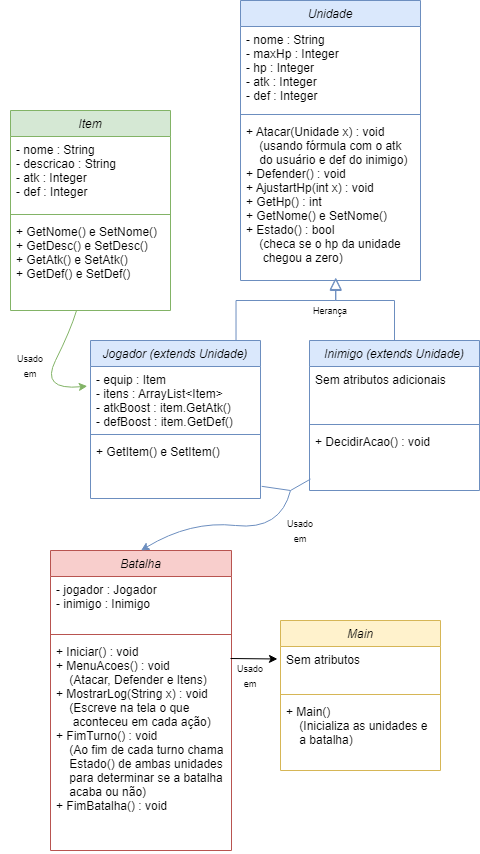
The draw.io diagram diagrama.png in bunny-sammy/Simple-Java-Battle-System, before a commit. Source tidied: cells renumbered, new cells last; positions are measured from the earlier drawing's top-left corner, leaving out a move shared by most shapes.
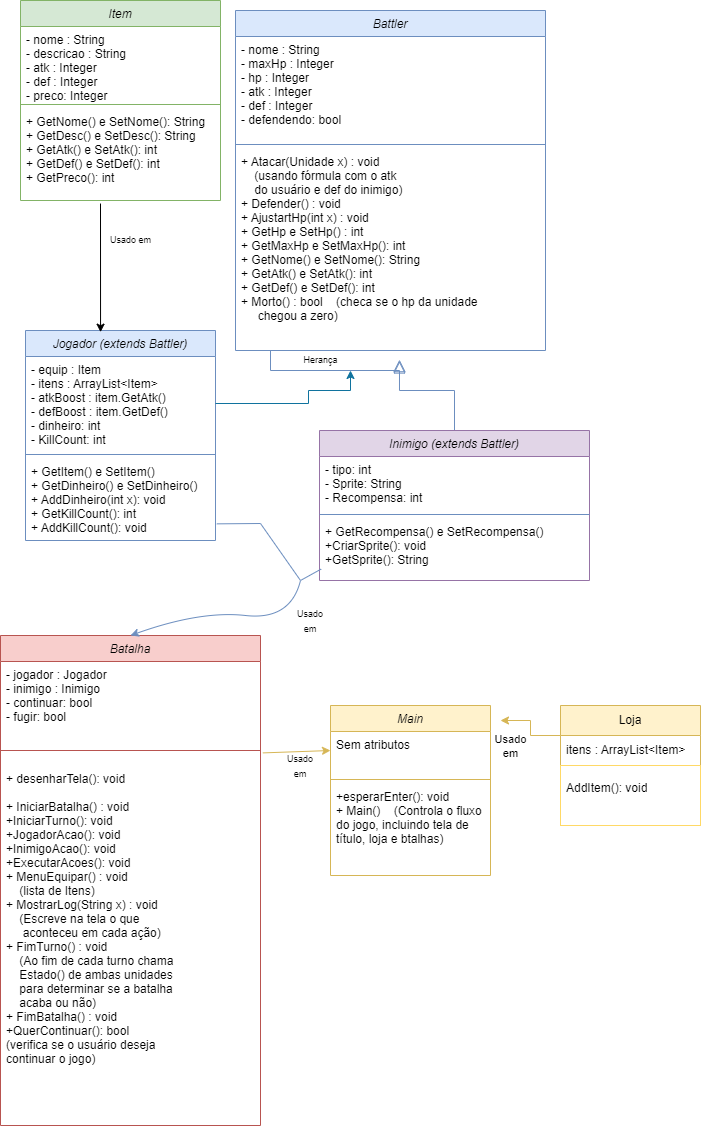
Later version of the same file.

The edit, as a diff of the source:
```diff
@@ -2,13 +2,6 @@
   <root>
     <mxCell id="0" />
     <mxCell id="1" parent="0" />
-    <mxCell id="2" style="endArrow=block;endSize=10;endFill=0;shadow=0;strokeWidth=1;rounded=0;edgeStyle=elbowEdgeStyle;elbow=vertical;exitX=0.856;exitY=0.001;exitDx=0;exitDy=0;entryX=0.529;entryY=1.052;entryDx=0;entryDy=0;entryPerimeter=0;exitPerimeter=0;fillColor=#dae8fc;strokeColor=#6c8ebf;" parent="1" edge="1" source="12" target="11">
-      <mxGeometry relative="1" as="geometry">
-        <Array as="points">
-          <mxPoint x="240" y="300" />
-        </Array>
-      </mxGeometry>
-    </mxCell>
     <mxCell id="3" style="endArrow=block;endSize=10;endFill=0;shadow=0;strokeWidth=1;rounded=0;edgeStyle=elbowEdgeStyle;elbow=vertical;exitX=0.5;exitY=0;exitDx=0;exitDy=0;entryX=0.529;entryY=1.045;entryDx=0;entryDy=0;entryPerimeter=0;fillColor=#dae8fc;strokeColor=#6c8ebf;" parent="1" edge="1" source="16" target="11">
       <mxGeometry relative="1" as="geometry">
         <Array as="points">
@@ -17,76 +10,74 @@
       </mxGeometry>
     </mxCell>
     <mxCell id="4" value="Item" style="swimlane;fontStyle=2;align=center;verticalAlign=top;horizontal=1;startSize=26;rounded=0;shadow=0;strokeWidth=1;fillColor=#d5e8d4;strokeColor=#82b366;" parent="1" vertex="1">
-      <mxGeometry x="10" y="110" width="160" height="200" as="geometry" />
+      <mxGeometry x="10" y="-90" width="200" height="200" as="geometry" />
     </mxCell>
-    <mxCell id="5" value="- nome : String&#10;- descricao : String&#10;- atk : Integer&#10;- def : Integer" style="text;align=left;verticalAlign=top;spacingLeft=4;spacingRight=4;overflow=hidden;rounded=0;shadow=0;html=0;" parent="4" vertex="1">
-      <mxGeometry y="26" width="160" height="74" as="geometry" />
+    <mxCell id="5" value="- nome : String&#10;- descricao : String&#10;- atk : Integer&#10;- def : Integer&#10;- preco: Integer&#10;" style="text;align=left;verticalAlign=top;spacingLeft=4;spacingRight=4;overflow=hidden;rounded=0;shadow=0;html=0;" parent="4" vertex="1">
+      <mxGeometry y="26" width="200" height="74" as="geometry" />
     </mxCell>
     <mxCell id="6" style="line;html=1;strokeWidth=1;align=left;verticalAlign=middle;spacingTop=-1;spacingLeft=3;spacingRight=3;labelPosition=right;fillColor=#d5e8d4;strokeColor=#82b366;" parent="4" vertex="1">
-      <mxGeometry y="100" width="160" height="8" as="geometry" />
+      <mxGeometry y="100" width="200" height="8" as="geometry" />
     </mxCell>
-    <mxCell id="7" value="+ GetNome() e SetNome()&#10;+ GetDesc() e SetDesc()&#10;+ GetAtk() e SetAtk()&#10;+ GetDef() e SetDef()" style="text;align=left;verticalAlign=top;spacingLeft=4;spacingRight=4;overflow=hidden;points=[[0,0.5],[1,0.5]];portConstraint=eastwest;" parent="4" vertex="1">
-      <mxGeometry y="108" width="160" height="92" as="geometry" />
-    </mxCell>
-    <mxCell id="8" value="Unidade" style="swimlane;fontStyle=2;align=center;verticalAlign=top;horizontal=1;startSize=26;rounded=0;shadow=0;strokeWidth=1;fillColor=#dae8fc;strokeColor=#6c8ebf;" parent="1" vertex="1">
-      <mxGeometry x="240" width="180" height="280" as="geometry" />
+    <mxCell id="8" value="Battler" style="swimlane;fontStyle=2;align=center;verticalAlign=top;horizontal=1;startSize=26;rounded=0;shadow=0;strokeWidth=1;fillColor=#dae8fc;strokeColor=#6c8ebf;" parent="1" vertex="1">
+      <mxGeometry x="225" y="-80" width="310" height="340" as="geometry" />
     </mxCell>
-    <mxCell id="9" value="- nome : String&#10;- maxHp : Integer&#10;- hp : Integer&#10;- atk : Integer&#10;- def : Integer" style="text;align=left;verticalAlign=top;spacingLeft=4;spacingRight=4;overflow=hidden;rounded=0;shadow=0;html=0;" parent="8" vertex="1">
-      <mxGeometry y="26" width="180" height="84" as="geometry" />
+    <mxCell id="9" value="- nome : String&#10;- maxHp : Integer&#10;- hp : Integer&#10;- atk : Integer&#10;- def : Integer&#10;- defendendo: bool &#10;&#10;" style="text;align=left;verticalAlign=top;spacingLeft=4;spacingRight=4;overflow=hidden;rounded=0;shadow=0;html=0;" parent="8" vertex="1">
+      <mxGeometry y="26" width="310" height="104" as="geometry" />
     </mxCell>
     <mxCell id="10" style="line;html=1;strokeWidth=1;align=left;verticalAlign=middle;spacingTop=-1;spacingLeft=3;spacingRight=3;labelPosition=right;fillColor=#dae8fc;strokeColor=#6c8ebf;" parent="8" vertex="1">
-      <mxGeometry y="110" width="180" height="8" as="geometry" />
+      <mxGeometry y="130" width="310" height="8" as="geometry" />
     </mxCell>
-    <mxCell id="11" value="+ Atacar(Unidade x) : void&#10;    (usando fórmula com o atk&#10;    do usuário e def do inimigo)&#10;+ Defender() : void&#10;+ AjustartHp(int x) : void&#10;+ GetHp() : int&#10;+ GetNome() e SetNome()&#10;+ Estado() : bool&#10;    (checa se o hp da unidade&#10;     chegou a zero)" style="text;align=left;verticalAlign=top;spacingLeft=4;spacingRight=4;overflow=hidden;points=[[0,0.5],[1,0.5]];portConstraint=eastwest;" parent="8" vertex="1">
-      <mxGeometry y="118" width="180" height="152" as="geometry" />
+    <mxCell id="11" value="+ Atacar(Unidade x) : void&#10;    (usando fórmula com o atk&#10;    do usuário e def do inimigo)&#10;+ Defender() : void&#10;+ AjustartHp(int x) : void&#10;+ GetHp e SetHp() : int&#10;+ GetMaxHp e SetMaxHp(): int&#10;+ GetNome() e SetNome(): String&#10;+ GetAtk() e SetAtk(): int&#10;+ GetDef() e SetDef(): int&#10;+ Morto() : bool    (checa se o hp da unidade&#10;     chegou a zero)" style="text;align=left;verticalAlign=top;spacingLeft=4;spacingRight=4;overflow=hidden;points=[[0,0.5],[1,0.5]];portConstraint=eastwest;" parent="8" vertex="1">
+      <mxGeometry y="138" width="310" height="202" as="geometry" />
     </mxCell>
+    <mxCell id="2" style="endArrow=block;endSize=10;endFill=0;shadow=0;strokeWidth=1;rounded=0;edgeStyle=elbowEdgeStyle;elbow=vertical;entryX=0.529;entryY=1.052;entryDx=0;entryDy=0;entryPerimeter=0;fillColor=#dae8fc;strokeColor=#6c8ebf;" parent="8" edge="1" source="11" target="11">
+      <mxGeometry relative="1" as="geometry">
+        <Array as="points">
+          <mxPoint x="35" y="360" />
+          <mxPoint x="15" y="380" />
+        </Array>
+      </mxGeometry>
+    </mxCell>
-    <mxCell id="12" value="Jogador (extends Unidade)" style="swimlane;fontStyle=2;align=center;verticalAlign=top;horizontal=1;startSize=26;rounded=0;shadow=0;strokeWidth=1;fillColor=#dae8fc;strokeColor=#6c8ebf;" parent="1" vertex="1">
-      <mxGeometry x="90" y="340" width="170" height="158" as="geometry" />
+    <mxCell id="12" value="Jogador (extends Battler)" style="swimlane;fontStyle=2;align=center;verticalAlign=top;horizontal=1;startSize=26;rounded=0;shadow=0;strokeWidth=1;fillColor=#dae8fc;strokeColor=#6c8ebf;" parent="1" vertex="1">
+      <mxGeometry x="15" y="240" width="190" height="210" as="geometry" />
     </mxCell>
-    <mxCell id="13" value="- equip : Item&#10;- itens : ArrayList&lt;Item&gt;&#10;- atkBoost : item.GetAtk()&#10;- defBoost : item.GetDef()" style="text;align=left;verticalAlign=top;spacingLeft=4;spacingRight=4;overflow=hidden;points=[[0,0.5],[1,0.5]];portConstraint=eastwest;rounded=0;shadow=0;html=0;" parent="12" vertex="1">
-      <mxGeometry y="26" width="170" height="64" as="geometry" />
+    <mxCell id="13" value="- equip : Item&#10;- itens : ArrayList&lt;Item&gt;&#10;- atkBoost : item.GetAtk()&#10;- defBoost : item.GetDef()&#10;- dinheiro: int&#10;- KillCount: int&#10;&#10;" style="text;align=left;verticalAlign=top;spacingLeft=4;spacingRight=4;overflow=hidden;points=[[0,0.5],[1,0.5]];portConstraint=eastwest;rounded=0;shadow=0;html=0;" parent="12" vertex="1">
+      <mxGeometry y="26" width="190" height="94" as="geometry" />
     </mxCell>
     <mxCell id="14" style="line;html=1;strokeWidth=1;align=left;verticalAlign=middle;spacingTop=-1;spacingLeft=3;spacingRight=3;labelPosition=right;fillColor=#dae8fc;strokeColor=#6c8ebf;" parent="12" vertex="1">
-      <mxGeometry y="90" width="170" height="8" as="geometry" />
+      <mxGeometry y="120" width="190" height="8" as="geometry" />
     </mxCell>
-    <mxCell id="15" value="+ GetItem() e SetItem()" style="text;align=left;verticalAlign=top;spacingLeft=4;spacingRight=4;overflow=hidden;points=[[0,0.5],[1,0.5]];portConstraint=eastwest;" parent="12" vertex="1">
-      <mxGeometry y="98" width="170" height="60" as="geometry" />
+    <mxCell id="15" value="+ GetItem() e SetItem()&#10;+ GetDinheiro() e SetDinheiro()&#10;+ AddDinheiro(int x): void&#10;+ GetKillCount(): int&#10;+ AddKillCount(): void&#10;&#10;&#10;&#10;" style="text;align=left;verticalAlign=top;spacingLeft=4;spacingRight=4;overflow=hidden;points=[[0,0.5],[1,0.5]];portConstraint=eastwest;" parent="12" vertex="1">
+      <mxGeometry y="128" width="190" height="82" as="geometry" />
     </mxCell>
-    <mxCell id="16" value="Inimigo (extends Unidade)" style="swimlane;fontStyle=2;align=center;verticalAlign=top;horizontal=1;startSize=26;rounded=0;shadow=0;strokeWidth=1;fillColor=#dae8fc;strokeColor=#6c8ebf;" parent="1" vertex="1">
-      <mxGeometry x="309" y="340" width="170" height="150" as="geometry" />
+    <mxCell id="16" value="Inimigo (extends Battler)" style="swimlane;fontStyle=2;align=center;verticalAlign=top;horizontal=1;startSize=26;rounded=0;shadow=0;strokeWidth=1;fillColor=#e1d5e7;strokeColor=#9673a6;" parent="1" vertex="1">
+      <mxGeometry x="309" y="340" width="270" height="150" as="geometry" />
     </mxCell>
-    <mxCell id="17" value="Sem atributos adicionais" style="text;align=left;verticalAlign=top;spacingLeft=4;spacingRight=4;overflow=hidden;rounded=0;shadow=0;html=0;" parent="16" vertex="1">
-      <mxGeometry y="26" width="170" height="54" as="geometry" />
+    <mxCell id="17" value="- tipo: int&#10;- Sprite: String&#10;- Recompensa: int&#10;&#10;" style="text;align=left;verticalAlign=top;spacingLeft=4;spacingRight=4;overflow=hidden;rounded=0;shadow=0;html=0;" parent="16" vertex="1">
+      <mxGeometry y="26" width="270" height="54" as="geometry" />
     </mxCell>
     <mxCell id="18" style="line;html=1;strokeWidth=1;align=left;verticalAlign=middle;spacingTop=-1;spacingLeft=3;spacingRight=3;labelPosition=right;fillColor=#dae8fc;strokeColor=#6c8ebf;" parent="16" vertex="1">
-      <mxGeometry y="80" width="170" height="8" as="geometry" />
+      <mxGeometry y="80" width="270" height="8" as="geometry" />
     </mxCell>
-    <mxCell id="19" value="+ DecidirAcao() : void" style="text;align=left;verticalAlign=top;spacingLeft=4;spacingRight=4;overflow=hidden;points=[[0,0.5],[1,0.5]];portConstraint=eastwest;" parent="16" vertex="1">
-      <mxGeometry y="88" width="170" height="60" as="geometry" />
+    <mxCell id="19" value="+ GetRecompensa() e SetRecompensa()&#10;+CriarSprite(): void&#10;+GetSprite(): String&#10;" style="text;align=left;verticalAlign=top;spacingLeft=4;spacingRight=4;overflow=hidden;points=[[0,0.5],[1,0.5]];portConstraint=eastwest;" parent="16" vertex="1">
+      <mxGeometry y="88" width="270" height="60" as="geometry" />
     </mxCell>
-    <mxCell id="20" style="curved=1;endArrow=classic;html=1;rounded=0;entryX=-0.019;entryY=0.307;entryDx=0;entryDy=0;entryPerimeter=0;fillColor=#d5e8d4;strokeColor=#82b366;" parent="1" edge="1" source="7" target="13">
-      <mxGeometry relative="1" as="geometry">
-        <Array as="points">
-          <mxPoint x="70" y="330" />
-          <mxPoint x="40" y="390" />
-        </Array>
-      </mxGeometry>
-    </mxCell>
     <mxCell id="21" value="Batalha" style="swimlane;fontStyle=2;align=center;verticalAlign=top;horizontal=1;startSize=26;rounded=0;shadow=0;strokeWidth=1;fillColor=#f8cecc;strokeColor=#b85450;" parent="1" vertex="1">
-      <mxGeometry x="50" y="550" width="181" height="300" as="geometry" />
+      <mxGeometry x="-10" y="545" width="260" height="490" as="geometry" />
     </mxCell>
-    <mxCell id="22" value="- jogador : Jogador&#10;- inimigo : Inimigo" style="text;align=left;verticalAlign=top;spacingLeft=4;spacingRight=4;overflow=hidden;rounded=0;shadow=0;html=0;" parent="21" vertex="1">
-      <mxGeometry y="26" width="181" height="54" as="geometry" />
+    <mxCell id="22" value="- jogador : Jogador&#10;- inimigo : Inimigo&#10;- continuar: bool&#10;- fugir: bool&#10;" style="text;align=left;verticalAlign=top;spacingLeft=4;spacingRight=4;overflow=hidden;rounded=0;shadow=0;html=0;" parent="21" vertex="1">
+      <mxGeometry y="26" width="260" height="74" as="geometry" />
     </mxCell>
     <mxCell id="23" style="line;html=1;strokeWidth=1;align=left;verticalAlign=middle;spacingTop=-1;spacingLeft=3;spacingRight=3;labelPosition=right;points=[];portConstraint=eastwest;fillColor=#f8cecc;strokeColor=#b85450;" parent="21" vertex="1">
-      <mxGeometry y="80" width="181" height="8" as="geometry" />
+      <mxGeometry y="100" width="260" height="30" as="geometry" />
     </mxCell>
-    <mxCell id="24" value="+ Iniciar() : void&#10;+ MenuAcoes() : void&#10;    (Atacar, Defender e Itens)&#10;+ MostrarLog(String x) : void&#10;    (Escreve na tela o que&#10;     aconteceu em cada ação)&#10;+ FimTurno() : void&#10;    (Ao fim de cada turno chama&#10;    Estado() de ambas unidades&#10;    para determinar se a batalha&#10;    acaba ou não)&#10;+ FimBatalha() : void&#10;&#10;" style="text;align=left;verticalAlign=top;spacingLeft=4;spacingRight=4;overflow=hidden;" parent="21" vertex="1">
-      <mxGeometry y="88" width="181" height="212" as="geometry" />
+    <mxCell id="24" value="+ desenharTela(): void&#10;&#10;+ IniciarBatalha() : void&#10;+IniciarTurno(): void&#10;+JogadorAcao(): void&#10;+InimigoAcao(): void&#10;+ExecutarAcoes(): void&#10;+ MenuEquipar() : void&#10;    (lista de Itens)&#10;+ MostrarLog(String x) : void&#10;    (Escreve na tela o que&#10;     aconteceu em cada ação)&#10;+ FimTurno() : void&#10;    (Ao fim de cada turno chama&#10;    Estado() de ambas unidades&#10;    para determinar se a batalha&#10;    acaba ou não)&#10;+ FimBatalha() : void&#10;+QuerContinuar(): bool&#10;(verifica se o usuário deseja &#10;continuar o jogo)&#10;&#10;&#10;&#10;" style="text;align=left;verticalAlign=top;spacingLeft=4;spacingRight=4;overflow=hidden;" parent="21" vertex="1">
+      <mxGeometry y="130" width="260" height="360" as="geometry" />
     </mxCell>
     <mxCell id="25" style="endArrow=none;html=1;rounded=0;exitX=1.007;exitY=0.797;exitDx=0;exitDy=0;entryX=0.006;entryY=0.843;entryDx=0;entryDy=0;entryPerimeter=0;exitPerimeter=0;fillColor=#dae8fc;strokeColor=#6c8ebf;" parent="1" edge="1" source="15" target="19">
       <mxGeometry relative="1" as="geometry">
         <Array as="points">
+          <mxPoint x="250" y="433" />
           <mxPoint x="290" y="490" />
         </Array>
       </mxGeometry>
@@ -101,7 +92,7 @@
       </mxGeometry>
     </mxCell>
     <mxCell id="27" value="Main" style="swimlane;fontStyle=2;align=center;verticalAlign=top;horizontal=1;startSize=26;rounded=0;shadow=0;strokeWidth=1;fillColor=#fff2cc;strokeColor=#d6b656;" parent="1" vertex="1">
-      <mxGeometry x="280" y="620" width="160" height="150" as="geometry" />
+      <mxGeometry x="320" y="615" width="160" height="170" as="geometry" />
     </mxCell>
     <mxCell id="28" value="Sem atributos" style="text;align=left;verticalAlign=top;spacingLeft=4;spacingRight=4;overflow=hidden;points=[[0,0.5],[1,0.5]];portConstraint=eastwest;rounded=0;shadow=0;html=0;" parent="27" vertex="1">
       <mxGeometry y="26" width="160" height="44" as="geometry" />
@@ -109,31 +100,67 @@
     <mxCell id="29" style="line;html=1;strokeWidth=1;align=left;verticalAlign=middle;spacingTop=-1;spacingLeft=3;spacingRight=3;labelPosition=right;fillColor=#fff2cc;strokeColor=#d6b656;" parent="27" vertex="1">
       <mxGeometry y="70" width="160" height="8" as="geometry" />
     </mxCell>
-    <mxCell id="30" value="+ Main()&#10;    (Inicializa as unidades e&#10;    a batalha)" style="text;align=left;verticalAlign=top;spacingLeft=4;spacingRight=4;overflow=hidden;" parent="27" vertex="1">
+    <mxCell id="30" value="+esperarEnter(): void&#10;+ Main()    (Controla o fluxo&#10;do jogo, incluindo tela de&#10;título, loja e btalhas)" style="text;align=left;verticalAlign=top;spacingLeft=4;spacingRight=4;overflow=hidden;" parent="27" vertex="1">
       <mxGeometry y="78" width="160" height="62" as="geometry" />
     </mxCell>
-    <mxCell id="31" style="endArrow=classic;html=1;rounded=0;entryX=-0.019;entryY=0.284;entryDx=0;entryDy=0;entryPerimeter=0;" parent="1" edge="1" target="28">
-      <mxGeometry relative="1" as="geometry">
-        <mxPoint x="230" y="658" as="sourcePoint" />
-      </mxGeometry>
+    <mxCell id="31" style="endArrow=classic;html=1;rounded=0;entryX=1;entryY=0;entryDx=0;entryDy=0;exitX=1.009;exitY=0.58;exitDx=0;exitDy=0;exitPerimeter=0;fillColor=#fff2cc;strokeColor=#d6b656;" parent="1" edge="1" source="23" target="37">
+      <mxGeometry relative="1" as="geometry" />
     </mxCell>
-    <mxCell id="32" value="&lt;font style=&quot;font-size: 9px;&quot;&gt;Usado&lt;br&gt;em&lt;/font&gt;" style="text;html=1;strokeColor=none;fillColor=none;align=center;verticalAlign=middle;whiteSpace=wrap;rounded=0;" parent="1" vertex="1">
-      <mxGeometry y="350" width="60" height="30" as="geometry" />
-    </mxCell>
     <mxCell id="33" value="&lt;font style=&quot;font-size: 9px;&quot;&gt;Usado&lt;br&gt;em&lt;/font&gt;" style="text;html=1;strokeColor=none;fillColor=none;align=center;verticalAlign=middle;whiteSpace=wrap;rounded=0;" parent="1" vertex="1">
       <mxGeometry x="270" y="515" width="60" height="30" as="geometry" />
     </mxCell>
-    <mxCell id="34" value="&lt;font style=&quot;font-size: 9px;&quot;&gt;Herança&lt;/font&gt;" style="text;html=1;strokeColor=none;fillColor=none;align=center;verticalAlign=middle;whiteSpace=wrap;rounded=0;" parent="1" vertex="1">
-      <mxGeometry x="300" y="300" width="60" height="20" as="geometry" />
-    </mxCell>
-    <mxCell id="35" style="edgeStyle=orthogonalEdgeStyle;rounded=0;orthogonalLoop=1;jettySize=auto;html=1;exitX=0.5;exitY=1;exitDx=0;exitDy=0;" parent="1" edge="1" source="34" target="34">
-      <mxGeometry relative="1" as="geometry" />
+    <mxCell id="35" style="edgeStyle=orthogonalEdgeStyle;rounded=0;orthogonalLoop=1;jettySize=auto;html=1;exitX=0.5;exitY=1;exitDx=0;exitDy=0;" parent="1" edge="1">
+      <mxGeometry relative="1" as="geometry">
+        <mxPoint x="330" y="320" as="sourcePoint" />
+        <mxPoint x="330" y="320" as="targetPoint" />
+      </mxGeometry>
     </mxCell>
-    <mxCell id="36" style="edgeStyle=orthogonalEdgeStyle;rounded=0;orthogonalLoop=1;jettySize=auto;html=1;exitX=0.5;exitY=1;exitDx=0;exitDy=0;fontSize=9;" parent="1" edge="1" source="34" target="34">
-      <mxGeometry relative="1" as="geometry" />
+    <mxCell id="36" style="edgeStyle=orthogonalEdgeStyle;rounded=0;orthogonalLoop=1;jettySize=auto;html=1;exitX=0.5;exitY=1;exitDx=0;exitDy=0;fontSize=9;" parent="1" edge="1">
+      <mxGeometry relative="1" as="geometry">
+        <mxPoint x="330" y="320" as="sourcePoint" />
+        <mxPoint x="330" y="320" as="targetPoint" />
+      </mxGeometry>
     </mxCell>
-    <mxCell id="37" value="&lt;font style=&quot;font-size: 9px;&quot;&gt;Usado&lt;br&gt;em&lt;/font&gt;" style="text;html=1;strokeColor=none;fillColor=none;align=center;verticalAlign=middle;whiteSpace=wrap;rounded=0;" parent="1" vertex="1">
-      <mxGeometry x="220" y="660" width="60" height="30" as="geometry" />
+    <mxCell id="37" value="&lt;font style=&quot;font-size: 9px;&quot;&gt;Usado&lt;br&gt;em&lt;/font&gt;" style="text;html=1;align=center;verticalAlign=middle;whiteSpace=wrap;rounded=0;" parent="1" vertex="1">
+      <mxGeometry x="260" y="660" width="60" height="30" as="geometry" />
     </mxCell>
+    <mxCell id="7" value="+ GetNome() e SetNome(): String&#10;+ GetDesc() e SetDesc(): String&#10;+ GetAtk() e SetAtk(): int&#10;+ GetDef() e SetDef(): int&#10;+ GetPreco(): int&#10;" style="text;align=left;verticalAlign=top;spacingLeft=4;spacingRight=4;overflow=hidden;points=[[0,0.5],[1,0.5]];portConstraint=eastwest;" parent="1" vertex="1">
+      <mxGeometry x="10" y="18" width="200" height="92" as="geometry" />
+    </mxCell>
+    <mxCell id="38" style="endArrow=classic;html=1;rounded=0;exitX=0.4;exitY=1.033;exitDx=0;exitDy=0;exitPerimeter=0;entryX=0.395;entryY=0.008;entryDx=0;entryDy=0;entryPerimeter=0;" parent="1" edge="1" source="7" target="12">
+      <mxGeometry relative="1" as="geometry" />
+    </mxCell>
+    <mxCell id="39" style="edgeStyle=orthogonalEdgeStyle;rounded=0;jumpStyle=line;jettySize=auto;html=1;exitX=0;exitY=0.25;exitDx=0;exitDy=0;fontSize=9;fillColor=#fff2cc;strokeColor=#d6b656;" parent="1" edge="1" source="40">
+      <mxGeometry relative="1" as="geometry">
+        <mxPoint x="490" y="630" as="targetPoint" />
+      </mxGeometry>
+    </mxCell>
+    <mxCell id="40" value="Loja" style="swimlane;fontStyle=0;horizontal=1;startSize=30;whiteSpace=wrap;html=1;fillColor=#fff2cc;strokeColor=#d6b656;" parent="1" vertex="1">
+      <mxGeometry x="550" y="615" width="140" height="120" as="geometry" />
+    </mxCell>
+    <mxCell id="41" value="itens : ArrayList&amp;lt;Item&amp;gt;" style="text;strokeColor=none;fillColor=none;align=left;verticalAlign=middle;spacingLeft=4;spacingRight=4;overflow=hidden;whiteSpace=wrap;html=1;" parent="40" vertex="1">
+      <mxGeometry y="30" width="140" height="30" as="geometry" />
+    </mxCell>
+    <mxCell id="42" value="&lt;div&gt;AddItem(): void&lt;/div&gt;&lt;div&gt;&lt;br&gt;&lt;/div&gt;" style="text;strokeColor=#FFD966;fillColor=none;align=left;verticalAlign=middle;spacingLeft=4;spacingRight=4;overflow=hidden;whiteSpace=wrap;html=1;" parent="40" vertex="1">
+      <mxGeometry y="60" width="140" height="60" as="geometry" />
+    </mxCell>
+    <mxCell id="43" value="&lt;div&gt;Usado &lt;br&gt;&lt;/div&gt;&lt;div&gt;em&lt;br&gt;&lt;/div&gt;" style="text;html=1;align=center;verticalAlign=middle;strokeColor=none;fillColor=none;fontSize=11;" parent="1" vertex="1">
+      <mxGeometry x="475" y="636" width="50" height="40" as="geometry" />
+    </mxCell>
+    <mxCell id="44" style="edgeStyle=orthogonalEdgeStyle;rounded=0;jettySize=auto;html=1;exitX=1;exitY=0.5;exitDx=0;exitDy=0;fontSize=9;fillColor=#b1ddf0;strokeColor=#10739e;jumpStyle=line;" parent="1" edge="1" source="13">
+      <mxGeometry relative="1" as="geometry">
+        <mxPoint x="340" y="280" as="targetPoint" />
+        <Array as="points">
+          <mxPoint x="298" y="313" />
+          <mxPoint x="298" y="300" />
+        </Array>
+      </mxGeometry>
+    </mxCell>
+    <mxCell id="34" value="Herança" style="text;html=1;align=center;verticalAlign=middle;points=[];strokeColor=none;fillColor=none;fontSize=9;" parent="1" vertex="1">
+      <mxGeometry x="280" y="260" width="60" height="20" as="geometry" />
+    </mxCell>
+    <mxCell id="45" value="Usado em" style="text;html=1;align=center;verticalAlign=middle;strokeColor=none;fillColor=none;fontSize=9;" parent="1" vertex="1">
+      <mxGeometry x="85" y="140" width="70" height="20" as="geometry" />
+    </mxCell>
   </root>
 </mxGraphModel>
```
